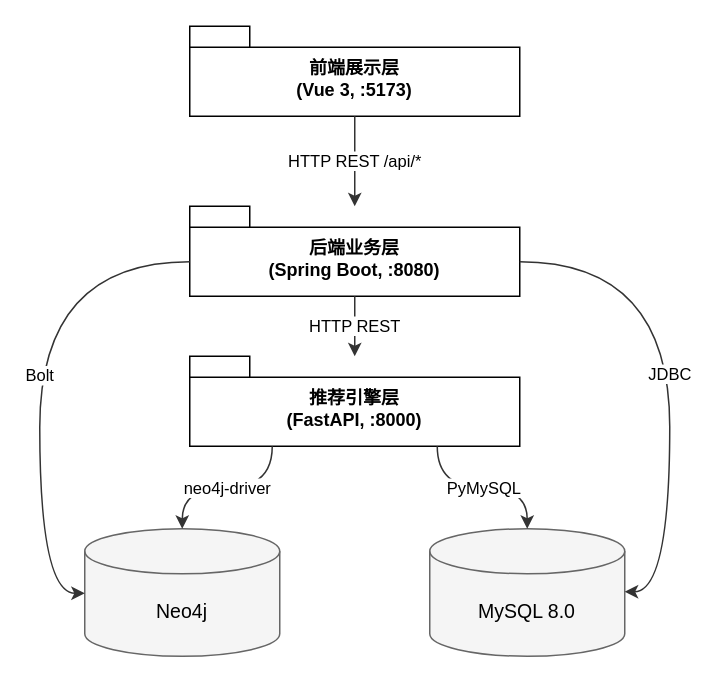
This is docs/draw/01-system-overview.drawio from this1is1i/ACSR, a draw.io file, before an edit. Source tidied: cells renumbered, new cells numbered last; positions are measured from the earlier drawing's top-left corner, leaving out a move shared by most shapes. Both pictures are drawn from the tidied source at 150%, with x=0, y=0 at pixel (39, 26).
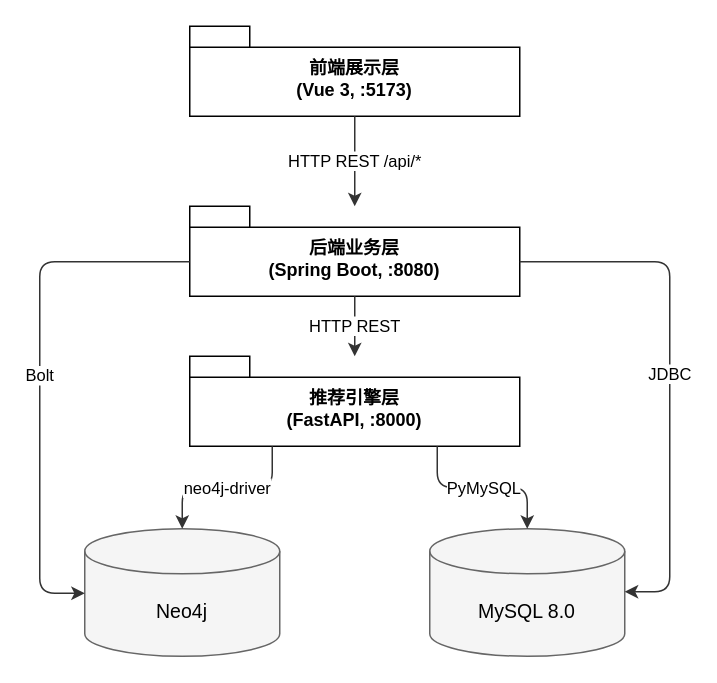
The same diagram, later.

Commit message (it also covers changes not shown here):
feat: switch favorites from behavior_log to dedicated favourite table + DB schema QA

The edit, as a diff of the source:
```diff
@@
 <mxGraphModel>
   <root>
     <mxCell id="0" />
     <mxCell id="1" parent="0" />
     <mxCell id="2" value="前端展示层&#10;(Vue 3, :5173)" style="shape=folder;fontStyle=1;spacingTop=10;tabWidth=40;tabHeight=14;tabPosition=left;html=1;whiteSpace=wrap;" parent="1" vertex="1">
       <mxGeometry x="100" width="220" height="60" as="geometry" />
     </mxCell>
     <mxCell id="3" value="后端业务层&#10;(Spring Boot, :8080)" style="shape=folder;fontStyle=1;spacingTop=10;tabWidth=40;tabHeight=14;tabPosition=left;html=1;whiteSpace=wrap;" parent="1" vertex="1">
       <mxGeometry x="100" y="120" width="220" height="60" as="geometry" />
     </mxCell>
     <mxCell id="4" value="推荐引擎层&#10;(FastAPI, :8000)" style="shape=folder;fontStyle=1;spacingTop=10;tabWidth=40;tabHeight=14;tabPosition=left;html=1;whiteSpace=wrap;" parent="1" vertex="1">
       <mxGeometry x="100" y="220" width="220" height="60" as="geometry" />
     </mxCell>
     <mxCell id="5" value="MySQL 8.0" style="shape=cylinder3;whiteSpace=wrap;html=1;boundedLbl=1;backgroundOutline=1;size=15;fillColor=#f5f5f5;strokeColor=#666666;fontSize=13;" parent="1" vertex="1">
       <mxGeometry x="260" y="335" width="130" height="85" as="geometry" />
     </mxCell>
     <mxCell id="6" value="Neo4j" style="shape=cylinder3;whiteSpace=wrap;html=1;boundedLbl=1;backgroundOutline=1;size=15;fillColor=#f5f5f5;strokeColor=#666666;fontSize=13;" parent="1" vertex="1">
       <mxGeometry x="30" y="335" width="130" height="85" as="geometry" />
     </mxCell>
     <mxCell id="7" value="HTTP REST /api/*" style="edgeStyle=orthogonalEdgeStyle;rounded=1;jettySize=auto;html=1;strokeColor=#333333;fontSize=11;" parent="1" edge="1" source="2" target="3">
       <mxGeometry relative="1" as="geometry" />
     </mxCell>
     <mxCell id="8" value="HTTP REST" style="edgeStyle=orthogonalEdgeStyle;rounded=1;jettySize=auto;html=1;strokeColor=#333333;fontSize=11;" parent="1" edge="1" source="3" target="4">
       <mxGeometry relative="1" as="geometry" />
     </mxCell>
-    <mxCell id="9" value="JDBC" style="rounded=1;jettySize=auto;html=1;strokeColor=#333333;fontSize=11;edgeStyle=orthogonalEdgeStyle;elbow=vertical;curved=1;exitX=0;exitY=0;exitDx=220;exitDy=37;exitPerimeter=0;" parent="1" edge="1" source="3" target="5">
+    <mxCell id="9" value="JDBC" style="rounded=1;jettySize=auto;html=1;strokeColor=#333333;fontSize=11;edgeStyle=orthogonalEdgeStyle;elbow=vertical;curved=0;exitX=0;exitY=0;exitDx=220;exitDy=37;exitPerimeter=0;" parent="1" edge="1" source="3" target="5">
       <mxGeometry relative="1" as="geometry">
         <Array as="points">
           <mxPoint x="420" y="157" />
           <mxPoint x="420" y="377" />
         </Array>
       </mxGeometry>
     </mxCell>
-    <mxCell id="10" value="Bolt" style="rounded=1;jettySize=auto;html=1;strokeColor=#333333;fontSize=11;edgeStyle=orthogonalEdgeStyle;elbow=vertical;curved=1;exitX=0;exitY=0;exitDx=0;exitDy=37;exitPerimeter=0;" parent="1" edge="1" source="3" target="6">
+    <mxCell id="10" value="Bolt" style="rounded=1;jettySize=auto;html=1;strokeColor=#333333;fontSize=11;edgeStyle=orthogonalEdgeStyle;elbow=vertical;curved=0;exitX=0;exitY=0;exitDx=0;exitDy=37;exitPerimeter=0;" parent="1" edge="1" source="3" target="6">
       <mxGeometry relative="1" as="geometry">
         <Array as="points">
           <mxPoint y="157" />
           <mxPoint y="378" />
         </Array>
       </mxGeometry>
     </mxCell>
-    <mxCell id="11" value="PyMySQL" style="rounded=1;jettySize=auto;html=1;strokeColor=#333333;fontSize=11;edgeStyle=orthogonalEdgeStyle;elbow=vertical;curved=1;exitX=0.75;exitY=1;exitDx=0;exitDy=0;exitPerimeter=0;" parent="1" edge="1" source="4" target="5">
+    <mxCell id="11" value="PyMySQL" style="rounded=1;jettySize=auto;html=1;strokeColor=#333333;fontSize=11;edgeStyle=orthogonalEdgeStyle;elbow=vertical;curved=0;exitX=0.75;exitY=1;exitDx=0;exitDy=0;exitPerimeter=0;" parent="1" edge="1" source="4" target="5">
       <mxGeometry relative="1" as="geometry" />
     </mxCell>
-    <mxCell id="12" value="neo4j-driver" style="rounded=1;jettySize=auto;html=1;strokeColor=#333333;fontSize=11;edgeStyle=orthogonalEdgeStyle;elbow=vertical;curved=1;exitX=0.25;exitY=1;exitDx=0;exitDy=0;exitPerimeter=0;" parent="1" edge="1" source="4" target="6">
+    <mxCell id="12" value="neo4j-driver" style="rounded=1;jettySize=auto;html=1;strokeColor=#333333;fontSize=11;edgeStyle=orthogonalEdgeStyle;elbow=vertical;curved=0;exitX=0.25;exitY=1;exitDx=0;exitDy=0;exitPerimeter=0;" parent="1" edge="1" source="4" target="6">
       <mxGeometry relative="1" as="geometry" />
     </mxCell>
   </root>
 </mxGraphModel>
```
